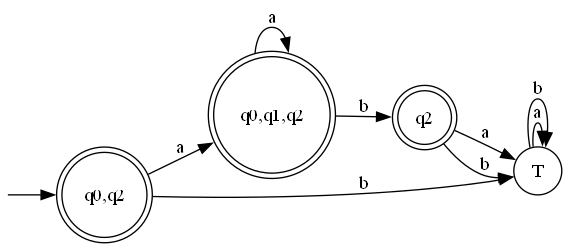
Above: salidas/resultado_Autómata_1.png in lucas0720/FUNDAMENTOS-TAREA1 (Graphviz), before the change. Its source is kept beside it as salidas/resultado_Autómata_1.dot.
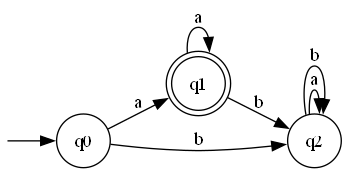
After the change.

What changed in the source:
```diff
@@ -1,16 +1,14 @@
 digraph G {
   rankdir=LR;
   node [shape = circle];
-  node [shape = doublecircle]; "q0,q2" "q2" "q0,q1,q2";
+  node [shape = doublecircle]; "q1";
   node [shape = circle];
   secret_node [style=invisible, width=0, height=0, label=""];
-  secret_node -> "q0,q2";
-  "q0,q2" -> "q0,q1,q2" [label="a"];
-  "q0,q2" -> "T" [label="b"];
-  "q2" -> "T" [label="a"];
-  "q2" -> "T" [label="b"];
-  "q0,q1,q2" -> "q0,q1,q2" [label="a"];
-  "q0,q1,q2" -> "q2" [label="b"];
-  "T" -> "T" [label="a"];
-  "T" -> "T" [label="b"];
+  secret_node -> "q0";
+  "q1" -> "q1" [label="a"];
+  "q1" -> "q2" [label="b"];
+  "q2" -> "q2" [label="a"];
+  "q2" -> "q2" [label="b"];
+  "q0" -> "q1" [label="a"];
+  "q0" -> "q2" [label="b"];
 }
```
